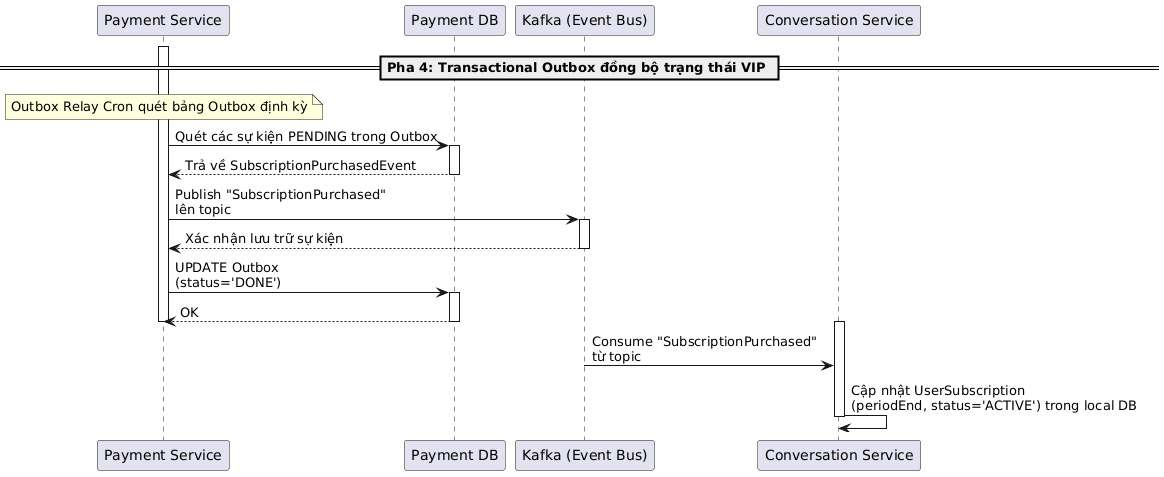
Before: temp/05-sequence/UML-Sequence-32.png, a diagram exported from PlantUML (20206205Tech/docs-uml). Source of this version:
```plantuml
@startuml
participant "Payment Service" as PaymentService
participant "Payment DB" as DB
participant "Kafka (Event Bus)" as Kafka
participant "Conversation Service" as ConversationService

== Pha 4: Transactional Outbox đồng bộ trạng thái VIP ==

note over PaymentService: Outbox Relay Cron quét bảng Outbox định kỳ
activate PaymentService

PaymentService -> DB: Quét các sự kiện PENDING trong Outbox
activate DB
DB --> PaymentService: Trả về SubscriptionPurchasedEvent
deactivate DB

PaymentService -> Kafka: Publish "SubscriptionPurchased"\nlên topic
activate Kafka
Kafka --> PaymentService: Xác nhận lưu trữ sự kiện
deactivate Kafka

PaymentService -> DB: UPDATE Outbox\n(status='DONE')
activate DB
DB --> PaymentService: OK
deactivate DB
deactivate PaymentService

activate ConversationService
Kafka -> ConversationService: Consume "SubscriptionPurchased"\ntừ topic
ConversationService -> ConversationService: Cập nhật UserSubscription\n(periodEnd, status='ACTIVE') trong local DB
deactivate ConversationService
@enduml
```
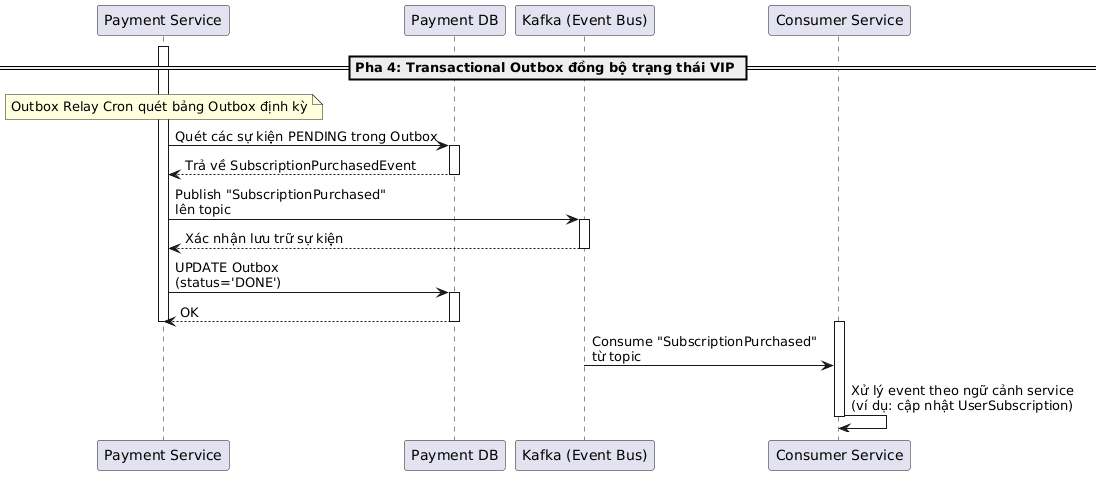
After the commit.

Diff of the diagram source:
```diff
@@ -1,8 +1,9 @@
 @startuml
+
 participant "Payment Service" as PaymentService
 participant "Payment DB" as DB
 participant "Kafka (Event Bus)" as Kafka
-participant "Conversation Service" as ConversationService
+participant "Consumer Service" as ConsumerService
 
 == Pha 4: Transactional Outbox đồng bộ trạng thái VIP ==
 
@@ -25,8 +26,8 @@
 deactivate DB
 deactivate PaymentService
 
-activate ConversationService
-Kafka -> ConversationService: Consume "SubscriptionPurchased"\ntừ topic
-ConversationService -> ConversationService: Cập nhật UserSubscription\n(periodEnd, status='ACTIVE') trong local DB
-deactivate ConversationService
+activate ConsumerService
+Kafka -> ConsumerService: Consume "SubscriptionPurchased"\ntừ topic
+ConsumerService -> ConsumerService: Xử lý event theo ngữ cảnh service\n(ví dụ: cập nhật UserSubscription)
+deactivate ConsumerService
 @enduml
```
